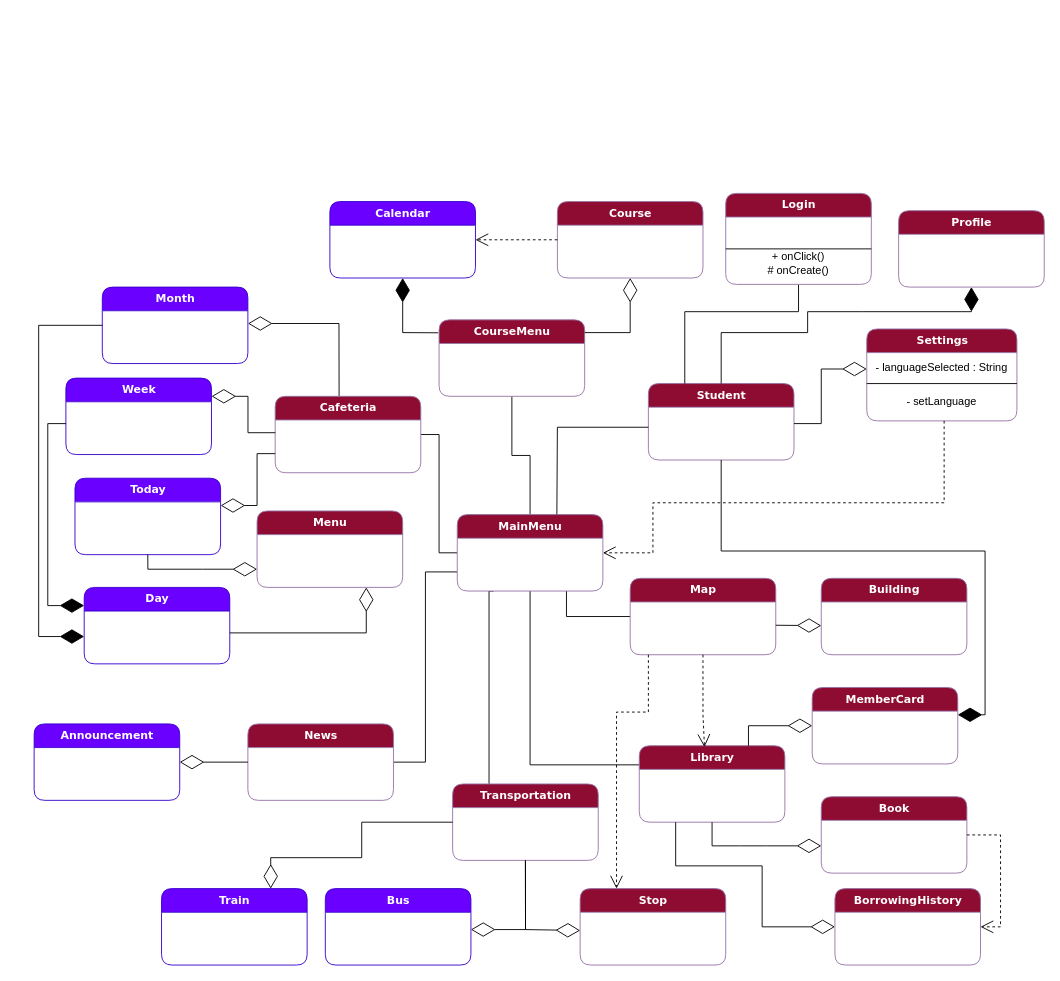
Ibournakas/PaPapp keeps this draw.io diagram as docs/Contributions/Vaggelis/Phase 3/domain-model-v0.2.drawio. Above is the earlier version. Source tidied: cells renumbered, new cells numbered last; positions are measured from the earlier drawing's top-left corner, leaving out a move shared by most shapes. Both pictures are drawn from the tidied source at 91%, with x=0, y=0 at pixel (34, 193).
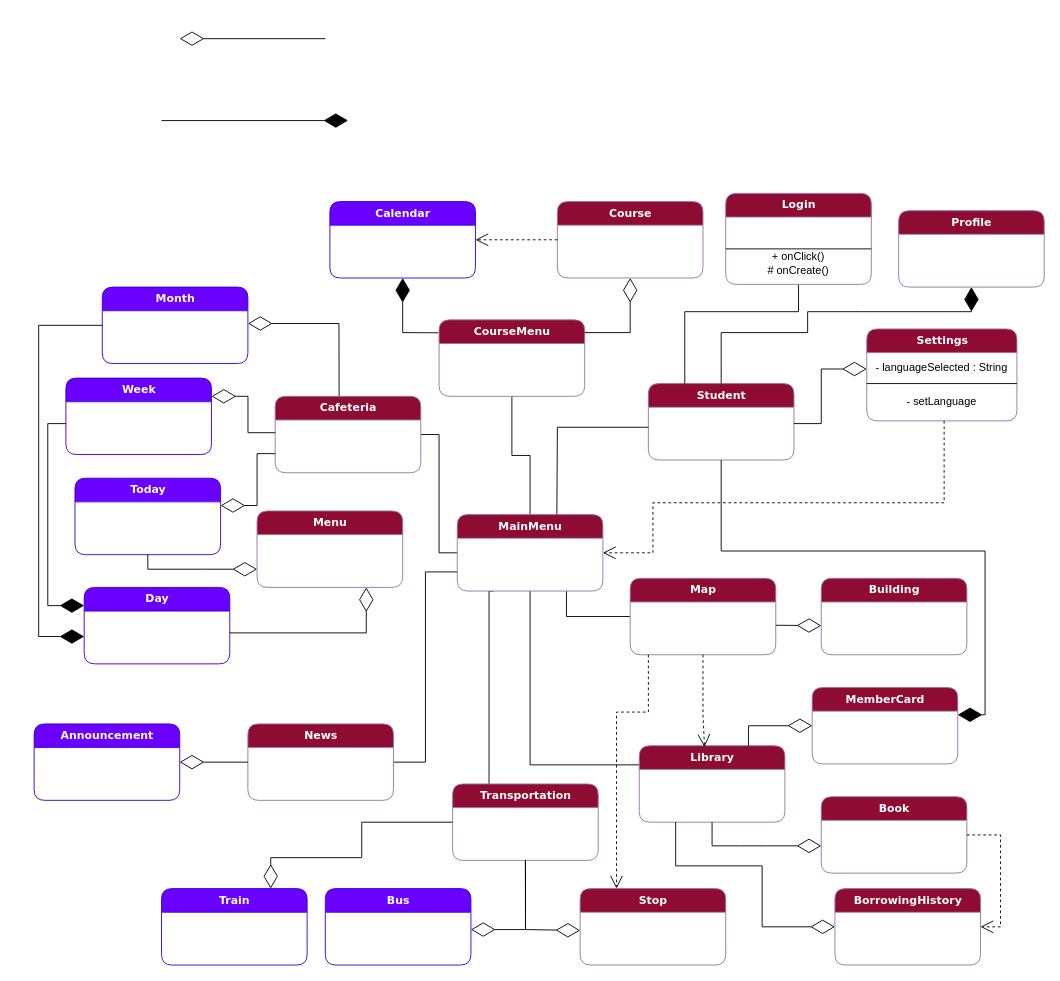
The same page after the edit.

The edit, as a diff of the source:
```diff
@@
+    <mxCell id="70" style="endArrow=diamondThin;endFill=1;endSize=24;html=1;rounded=0;" parent="1" edge="1">
+      <mxGeometry relative="1" as="geometry">
+        <mxPoint x="140" y="-80" as="sourcePoint" />
+        <mxPoint x="345" y="-80" as="targetPoint" />
+        <Array as="points">
+          <mxPoint x="140" y="-80" />
+        </Array>
+      </mxGeometry>
+    </mxCell>
+    <mxCell id="71" style="endArrow=diamondThin;endFill=0;endSize=24;html=1;rounded=0;" parent="1" edge="1">
+      <mxGeometry relative="1" as="geometry">
+        <mxPoint x="320" y="-170" as="sourcePoint" />
+        <mxPoint x="160" y="-170" as="targetPoint" />
+      </mxGeometry>
+    </mxCell>
```
